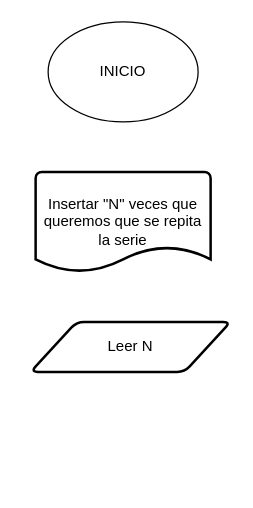
Earlier version of the draw.io diagram Fibonacci.drawio (alejandrorestrepoj/DiagramaFlujo). Source tidied: cells renumbered, new cells numbered last; positions are measured from the earlier drawing's top-left corner, leaving out a move shared by most shapes. Both pictures are drawn from the tidied source at 125%, with x=0, y=0 at pixel (30, 21).
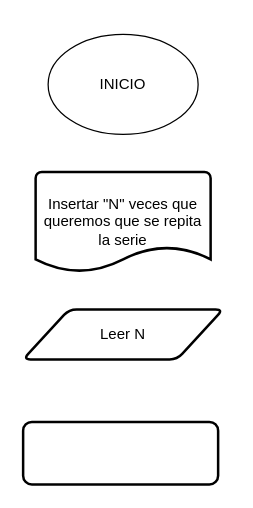
After the change.

Change to the diagram source:
```diff
@@
 <mxGraphModel>
   <root>
     <mxCell id="0" />
     <mxCell id="1" parent="0" />
     <mxCell id="2" value="INICIO" style="ellipse;whiteSpace=wrap;html=1;" parent="1" vertex="1">
-      <mxGeometry x="14" width="120" height="80" as="geometry" />
+      <mxGeometry x="14" y="10" width="120" height="80" as="geometry" />
     </mxCell>
     <mxCell id="3" value="Insertar &quot;N&quot; veces que queremos que se repita la serie" style="strokeWidth=2;html=1;shape=mxgraph.flowchart.document2;whiteSpace=wrap;size=0.25;" parent="1" vertex="1">
       <mxGeometry x="4" y="120" width="140" height="80" as="geometry" />
     </mxCell>
     <mxCell id="4" value="Leer N" style="shape=parallelogram;html=1;strokeWidth=2;perimeter=parallelogramPerimeter;whiteSpace=wrap;rounded=1;arcSize=12;size=0.23;" parent="1" vertex="1">
-      <mxGeometry y="240" width="160" height="40" as="geometry" />
+      <mxGeometry x="-6" y="230" width="160" height="40" as="geometry" />
     </mxCell>
+    <mxCell id="5" style="rounded=1;whiteSpace=wrap;html=1;absoluteArcSize=1;arcSize=14;strokeWidth=2;" parent="1" vertex="1">
+      <mxGeometry x="-6" y="320" width="156" height="50" as="geometry" />
+    </mxCell>
   </root>
 </mxGraphModel>
```
